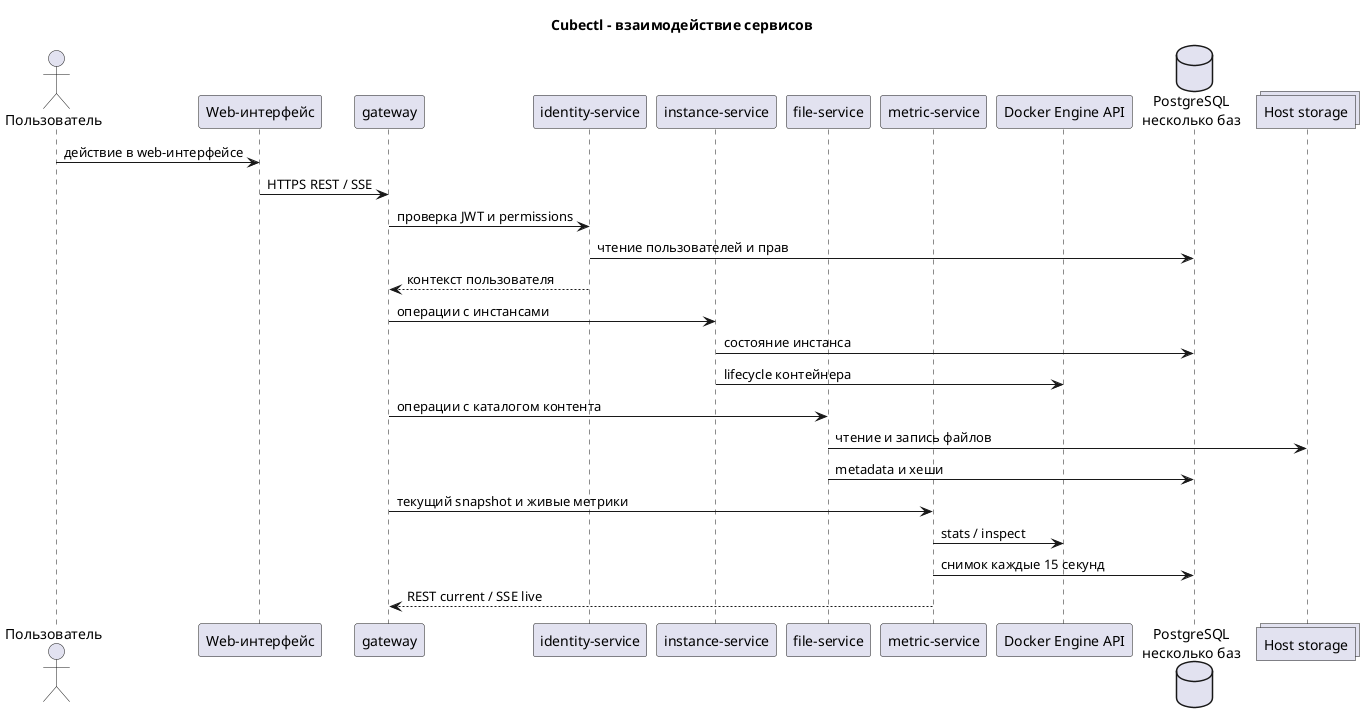
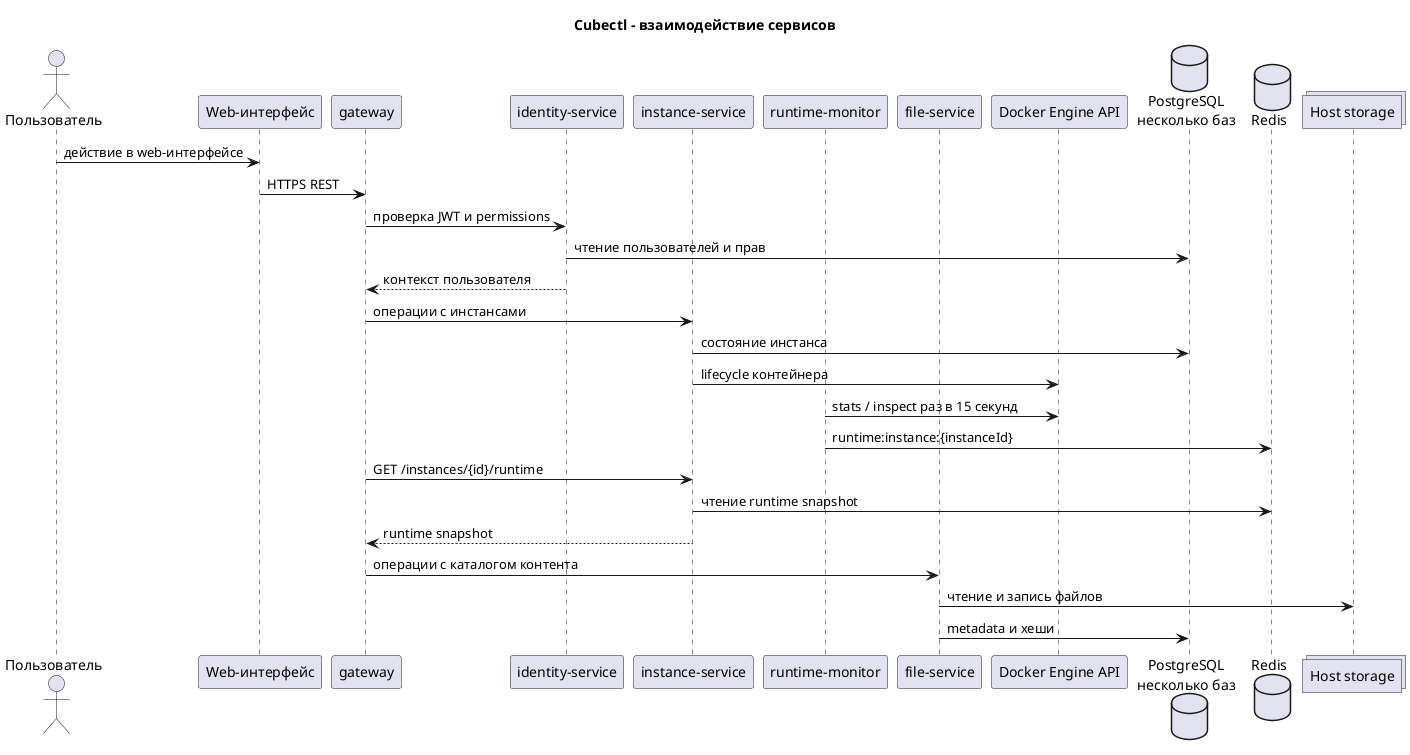
@startuml
title Cubectl - взаимодействие сервисов

actor "Пользователь" as User
participant "Web-интерфейс" as UI
participant "gateway" as Gateway
participant "identity-service" as Identity
participant "instance-service" as Instance
+ participant "runtime-monitor" as Monitor
participant "file-service" as File
- participant "metric-service" as Metric
participant "Docker Engine API" as Docker
database "PostgreSQL\nнесколько баз" as Postgres
+ database "Redis" as Redis
collections "Host storage" as Storage

User -> UI: действие в web-интерфейсе
- UI -> Gateway: HTTPS REST / SSE
+ UI -> Gateway: HTTPS REST
Gateway -> Identity: проверка JWT и permissions
Identity -> Postgres: чтение пользователей и прав
Identity --> Gateway: контекст пользователя

Gateway -> Instance: операции с инстансами
Instance -> Postgres: состояние инстанса
Instance -> Docker: lifecycle контейнера
+ 
+ Monitor -> Docker: stats / inspect раз в 15 секунд
+ Monitor -> Redis: runtime:instance:{instanceId}
+ Gateway -> Instance: GET /instances/{id}/runtime
+ Instance -> Redis: чтение runtime snapshot
+ Instance --> Gateway: runtime snapshot
+ 
Gateway -> File: операции с каталогом контента
File -> Storage: чтение и запись файлов
File -> Postgres: metadata и хеши
- 
- Gateway -> Metric: текущий snapshot и живые метрики
- Metric -> Docker: stats / inspect
- Metric -> Postgres: снимок каждые 15 секунд
- Metric --> Gateway: REST current / SSE live
@enduml
